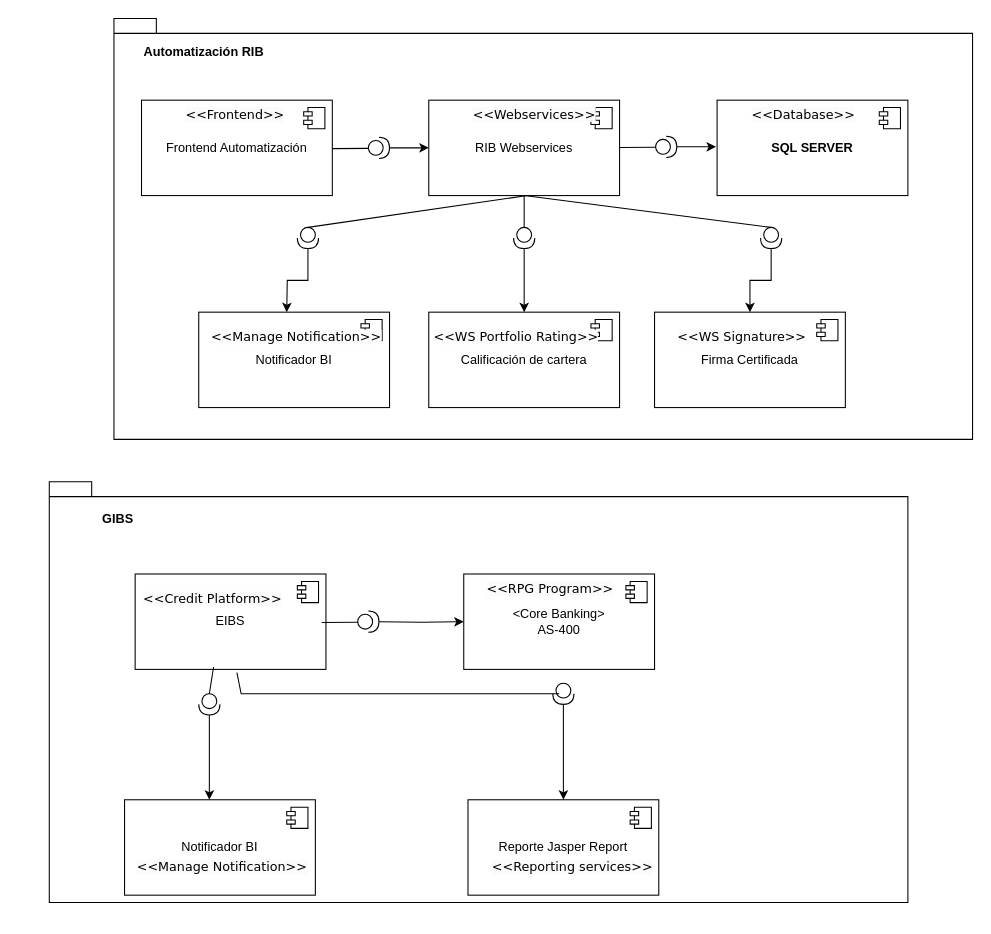
Before: page "Página-1" (1 of 2) of DigramaComponentes.drawio in GonzaloDavid/diagramas, a draw.io diagram. Source tidied: cells renumbered, new cells numbered last; positions are measured from the earlier drawing's top-left corner, leaving out a move shared by most shapes. Both pictures are drawn from the tidied source at 106%, with x=0, y=0 at pixel (49, 18).
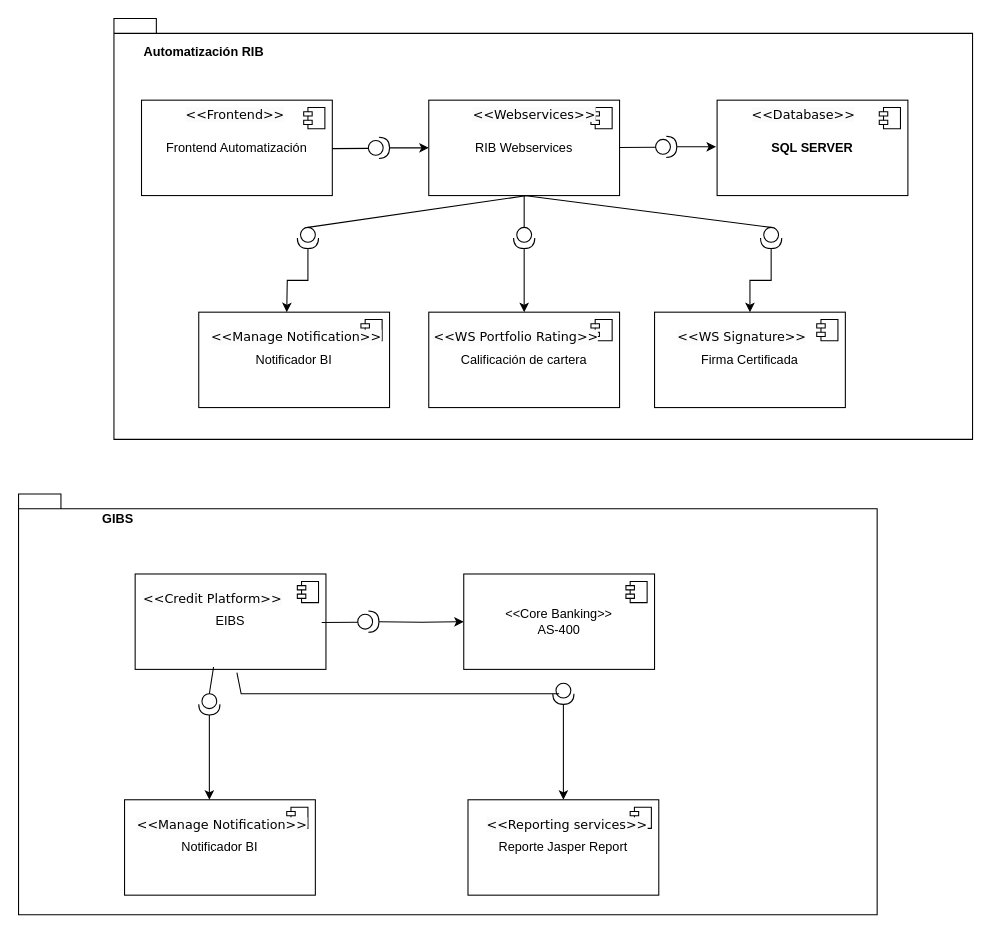
The same page after the edit.

The edit, as a diff of the source:
```diff
@@
     <mxCell id="31" style="shape=folder;fontStyle=1;spacingTop=10;tabWidth=40;tabHeight=14;tabPosition=left;html=1;whiteSpace=wrap;" parent="1" vertex="1">
-      <mxGeometry y="437" width="810" height="397" as="geometry" />
+      <mxGeometry x="-29" y="448.5" width="810" height="397" as="geometry" />
     </mxCell>
-    <mxCell id="32" value="&lt;div&gt;&amp;lt;Core Banking&amp;gt;&lt;/div&gt;AS-400" style="html=1;whiteSpace=wrap;" parent="1" vertex="1">
+    <mxCell id="32" value="&lt;div&gt;&amp;lt;&amp;lt;Core Banking&amp;gt;&amp;gt;&lt;/div&gt;AS-400" style="html=1;whiteSpace=wrap;" parent="1" vertex="1">
       <mxGeometry x="391" y="524" width="180" height="90" as="geometry" />
     </mxCell>
@@
-    <mxCell id="57" value="&lt;span style=&quot;color: rgb(0, 0, 0); font-family: Verdana; font-size: 12px; font-style: normal; font-variant-ligatures: normal; font-variant-caps: normal; font-weight: 400; letter-spacing: normal; orphans: 2; text-align: center; text-indent: 0px; text-transform: none; widows: 2; word-spacing: 0px; -webkit-text-stroke-width: 0px; white-space: nowrap; background-color: rgb(251, 251, 251); text-decoration-thickness: initial; text-decoration-style: initial; text-decoration-color: initial; display: inline !important; float: none;&quot;&gt;&amp;lt;&amp;lt;RPG Program&amp;gt;&amp;gt;&lt;/span&gt;" style="text;whiteSpace=wrap;html=1;" parent="1" vertex="1">
-      <mxGeometry x="411" y="524" width="100" height="25" as="geometry" />
-    </mxCell>
     <mxCell id="58" value="&lt;span style=&quot;color: rgb(0, 0, 0); font-family: Verdana; font-size: 12px; font-style: normal; font-variant-ligatures: normal; font-variant-caps: normal; font-weight: 400; letter-spacing: normal; orphans: 2; text-align: center; text-indent: 0px; text-transform: none; widows: 2; word-spacing: 0px; -webkit-text-stroke-width: 0px; white-space: nowrap; background-color: rgb(251, 251, 251); text-decoration-thickness: initial; text-decoration-style: initial; text-decoration-color: initial; display: inline !important; float: none;&quot;&gt;&amp;lt;&amp;lt;Reporting services&amp;gt;&amp;gt;&lt;/span&gt;" style="text;whiteSpace=wrap;html=1;" parent="1" vertex="1">
-      <mxGeometry x="416" y="787" width="100" height="25" as="geometry" />
+      <mxGeometry x="411" y="747" width="100" height="25" as="geometry" />
     </mxCell>
     <mxCell id="59" value="&lt;span style=&quot;color: rgb(0, 0, 0); font-family: Verdana; font-size: 12px; font-style: normal; font-variant-ligatures: normal; font-variant-caps: normal; font-weight: 400; letter-spacing: normal; orphans: 2; text-align: center; text-indent: 0px; text-transform: none; widows: 2; word-spacing: 0px; -webkit-text-stroke-width: 0px; white-space: nowrap; background-color: rgb(251, 251, 251); text-decoration-thickness: initial; text-decoration-style: initial; text-decoration-color: initial; display: inline !important; float: none;&quot;&gt;&amp;lt;&amp;lt;Manage Notification&amp;gt;&amp;gt;&lt;/span&gt;" style="text;whiteSpace=wrap;html=1;" parent="1" vertex="1">
-      <mxGeometry x="81" y="787" width="100" height="25" as="geometry" />
+      <mxGeometry x="81" y="747" width="100" height="25" as="geometry" />
     </mxCell>
```
